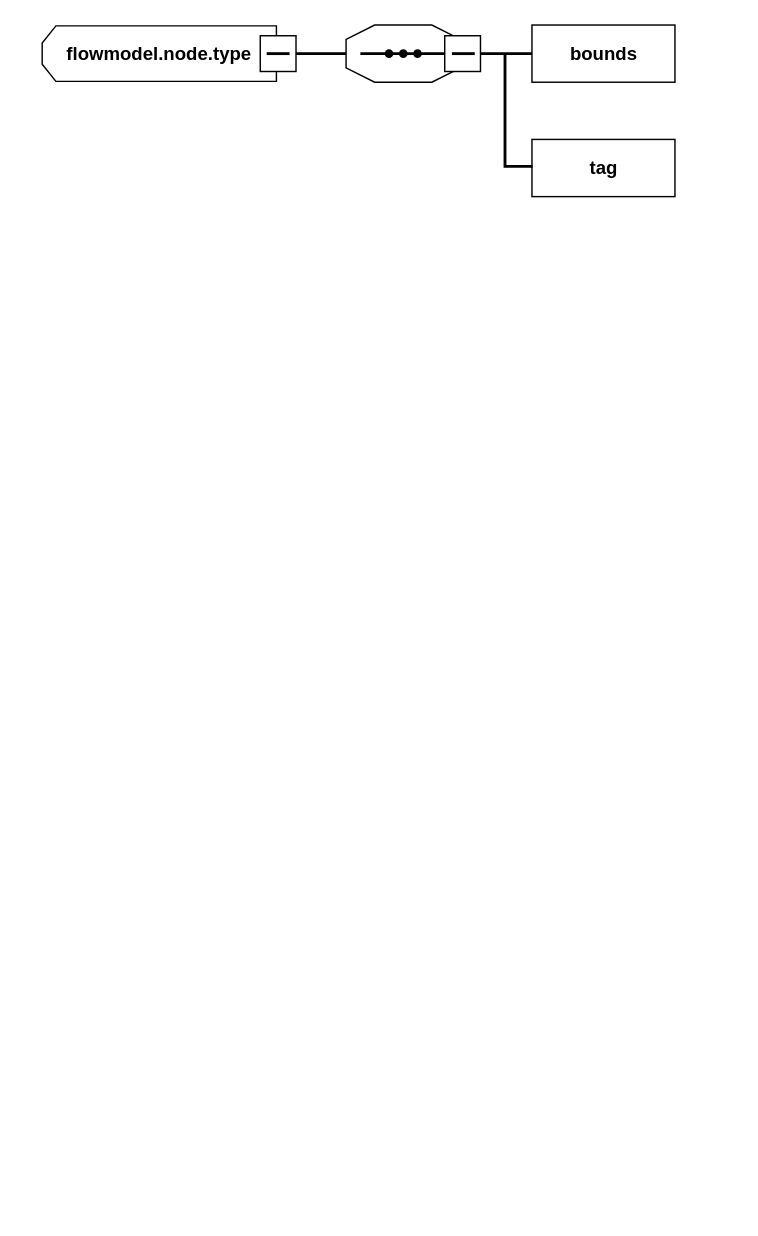
The draw.io diagram page "Page-1" (1 of 2) of drawio/xsd.drawio in happinessandlove/Pic, before the edit. Source tidied: cells renumbered, new cells numbered last; positions are measured from the earlier drawing's top-left corner, leaving out a move shared by most shapes. Both pictures are drawn from the tidied source at 143%, with x=0, y=0 at pixel (41, -64).
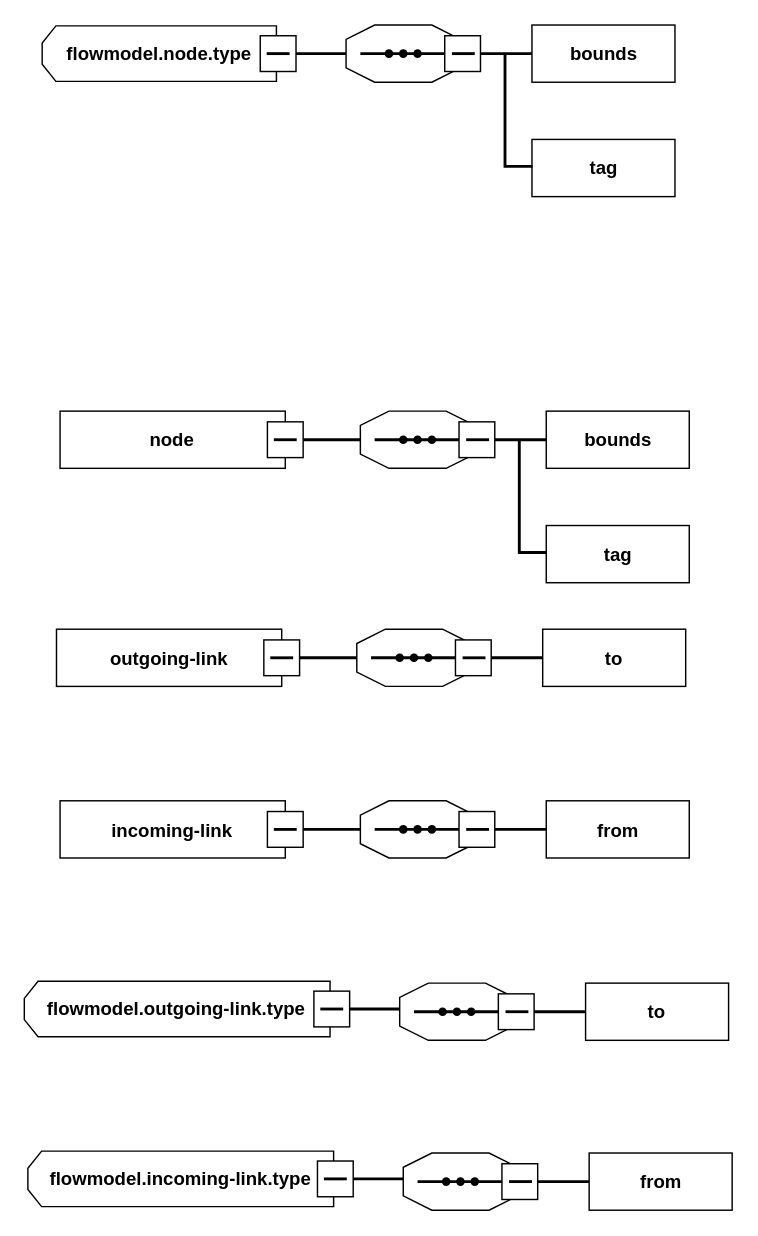
The same page after the edit.

The edit, as a diff of the source:
```diff
@@
+    <mxCell id="22" style="group;" parent="1" vertex="1">
+      <mxGeometry x="12.5" y="309.5" width="440" height="142.5" as="geometry" />
+    </mxCell>
+    <mxCell id="23" style="group;" parent="22" vertex="1">
+      <mxGeometry x="210" y="22.5" width="94" height="40" as="geometry" />
+    </mxCell>
+    <mxCell id="24" style="verticalLabelPosition=bottom;verticalAlign=top;html=1;shape=mxgraph.basic.polygon;polyCoords=[[0.25,0],[0.75,0],[1,0.25],[1,0.75],[0.75,1],[0.25,1],[0,0.75],[0,0.25]];polyline=0;" parent="23" vertex="1">
+      <mxGeometry width="80" height="40" as="geometry" />
+    </mxCell>
+    <mxCell id="25" style="line;strokeWidth=2;html=1;" parent="23" vertex="1">
+      <mxGeometry x="10" y="15" width="60" height="10" as="geometry" />
+    </mxCell>
+    <mxCell id="26" style="shape=waypoint;sketch=0;fillStyle=solid;size=6;fillColor=none;perimeter=centerPerimeter;" parent="23" vertex="1">
+      <mxGeometry x="10" width="40" height="40" as="geometry" />
+    </mxCell>
+    <mxCell id="27" style="shape=waypoint;sketch=0;fillStyle=solid;size=6;fillColor=none;perimeter=centerPerimeter;" parent="23" vertex="1">
+      <mxGeometry x="20" width="40" height="40" as="geometry" />
+    </mxCell>
+    <mxCell id="28" style="shape=waypoint;sketch=0;fillStyle=solid;size=6;fillColor=none;perimeter=centerPerimeter;" parent="23" vertex="1">
+      <mxGeometry x="30" width="40" height="40" as="geometry" />
+    </mxCell>
+    <mxCell id="29" style="whiteSpace=wrap;html=1;rotation=-90;" parent="23" vertex="1">
+      <mxGeometry x="69" y="7.5" width="25" height="25" as="geometry" />
+    </mxCell>
+    <mxCell id="30" style="line;strokeWidth=2;html=1;" parent="23" vertex="1">
+      <mxGeometry x="74" y="15" width="16" height="10" as="geometry" />
+    </mxCell>
+    <mxCell id="31" style="line;strokeWidth=2;html=1;fontSize=13;" parent="22" vertex="1">
+      <mxGeometry x="170" y="37.5" width="40" height="10" as="geometry" />
+    </mxCell>
+    <mxCell id="32" style="rounded=0;whiteSpace=wrap;html=1;fontSize=13;" parent="22" vertex="1">
+      <mxGeometry x="340" y="22.5" width="100" height="40" as="geometry" />
+    </mxCell>
+    <mxCell id="33" value="bounds" style="text;html=1;strokeColor=none;fillColor=none;align=center;verticalAlign=middle;whiteSpace=wrap;rounded=0;fontSize=13;fontStyle=1;" parent="22" vertex="1">
+      <mxGeometry x="360" y="27.5" width="60" height="30" as="geometry" />
+    </mxCell>
+    <mxCell id="34" style="line;strokeWidth=2;html=1;fontSize=13;" parent="22" vertex="1">
+      <mxGeometry x="304" y="37.5" width="36" height="10" as="geometry" />
+    </mxCell>
+    <mxCell id="35" style="rounded=0;whiteSpace=wrap;html=1;fontSize=13;" parent="22" vertex="1">
+      <mxGeometry x="340" y="102.5" width="100" height="40" as="geometry" />
+    </mxCell>
+    <mxCell id="36" value="tag" style="text;html=1;strokeColor=none;fillColor=none;align=center;verticalAlign=middle;whiteSpace=wrap;rounded=0;fontSize=13;fontStyle=1;" parent="22" vertex="1">
+      <mxGeometry x="360" y="107.5" width="60" height="30" as="geometry" />
+    </mxCell>
+    <mxCell id="37" style="shape=partialRectangle;whiteSpace=wrap;html=1;bottom=0;right=0;fillColor=none;fontSize=13;rotation=90;direction=west;fontStyle=1;strokeWidth=2;" parent="22" vertex="1">
+      <mxGeometry x="291.2" y="73.1" width="78.2" height="18.3" as="geometry" />
+    </mxCell>
+    <mxCell id="38" style="rounded=0;whiteSpace=wrap;html=1;" parent="22" vertex="1">
+      <mxGeometry y="22.5" width="157.5" height="40" as="geometry" />
+    </mxCell>
+    <mxCell id="39" style="whiteSpace=wrap;html=1;rotation=-90;" parent="22" vertex="1">
+      <mxGeometry x="145" y="30" width="25" height="25" as="geometry" />
+    </mxCell>
+    <mxCell id="40" style="line;strokeWidth=2;html=1;" parent="22" vertex="1">
+      <mxGeometry x="149.5" width="16" height="85" as="geometry" />
+    </mxCell>
+    <mxCell id="41" value="node" style="text;html=1;strokeColor=none;fillColor=none;align=center;verticalAlign=middle;whiteSpace=wrap;rounded=0;fontSize=13;fontStyle=1;" parent="22" vertex="1">
+      <mxGeometry x="18.7" y="27.5" width="120" height="30" as="geometry" />
+    </mxCell>
+    <mxCell id="42" style="group;" parent="1" vertex="1">
+      <mxGeometry x="10" y="462" width="440" height="142.5" as="geometry" />
+    </mxCell>
+    <mxCell id="43" style="group;" parent="42" vertex="1">
+      <mxGeometry width="440" height="85" as="geometry" />
+    </mxCell>
+    <mxCell id="44" style="group;" parent="43" vertex="1">
+      <mxGeometry x="210" y="22.5" width="94" height="40" as="geometry" />
+    </mxCell>
+    <mxCell id="45" style="verticalLabelPosition=bottom;verticalAlign=top;html=1;shape=mxgraph.basic.polygon;polyCoords=[[0.25,0],[0.75,0],[1,0.25],[1,0.75],[0.75,1],[0.25,1],[0,0.75],[0,0.25]];polyline=0;" parent="44" vertex="1">
+      <mxGeometry width="80" height="40" as="geometry" />
+    </mxCell>
+    <mxCell id="46" style="line;strokeWidth=2;html=1;" parent="44" vertex="1">
+      <mxGeometry x="10" y="15" width="60" height="10" as="geometry" />
+    </mxCell>
+    <mxCell id="47" style="shape=waypoint;sketch=0;fillStyle=solid;size=6;fillColor=none;perimeter=centerPerimeter;" parent="44" vertex="1">
+      <mxGeometry x="10" width="40" height="40" as="geometry" />
+    </mxCell>
+    <mxCell id="48" style="shape=waypoint;sketch=0;fillStyle=solid;size=6;fillColor=none;perimeter=centerPerimeter;" parent="44" vertex="1">
+      <mxGeometry x="20" width="40" height="40" as="geometry" />
+    </mxCell>
+    <mxCell id="49" style="shape=waypoint;sketch=0;fillStyle=solid;size=6;fillColor=none;perimeter=centerPerimeter;" parent="44" vertex="1">
+      <mxGeometry x="30" width="40" height="40" as="geometry" />
+    </mxCell>
+    <mxCell id="50" style="whiteSpace=wrap;html=1;rotation=-90;" parent="44" vertex="1">
+      <mxGeometry x="69" y="7.5" width="25" height="25" as="geometry" />
+    </mxCell>
+    <mxCell id="51" style="line;strokeWidth=2;html=1;" parent="44" vertex="1">
+      <mxGeometry x="74" y="15" width="16" height="10" as="geometry" />
+    </mxCell>
+    <mxCell id="52" style="line;strokeWidth=2;html=1;fontSize=13;" parent="43" vertex="1">
+      <mxGeometry x="170" y="37.5" width="40" height="10" as="geometry" />
+    </mxCell>
+    <mxCell id="53" style="rounded=0;whiteSpace=wrap;html=1;fontSize=13;" parent="43" vertex="1">
+      <mxGeometry x="340" y="22.5" width="100" height="40" as="geometry" />
+    </mxCell>
+    <mxCell id="54" value="to" style="text;html=1;strokeColor=none;fillColor=none;align=center;verticalAlign=middle;whiteSpace=wrap;rounded=0;fontSize=13;fontStyle=1;" parent="43" vertex="1">
+      <mxGeometry x="360" y="27.5" width="60" height="30" as="geometry" />
+    </mxCell>
+    <mxCell id="55" style="line;strokeWidth=2;html=1;fontSize=13;" parent="43" vertex="1">
+      <mxGeometry x="304" y="37.5" width="36" height="10" as="geometry" />
+    </mxCell>
+    <mxCell id="56" style="rounded=0;whiteSpace=wrap;html=1;" parent="43" vertex="1">
+      <mxGeometry y="22.5" width="157.5" height="40" as="geometry" />
+    </mxCell>
+    <mxCell id="57" style="whiteSpace=wrap;html=1;rotation=-90;" parent="43" vertex="1">
+      <mxGeometry x="145" y="30" width="25" height="25" as="geometry" />
+    </mxCell>
+    <mxCell id="58" style="line;strokeWidth=2;html=1;" parent="43" vertex="1">
+      <mxGeometry x="149.5" width="16" height="85" as="geometry" />
+    </mxCell>
+    <mxCell id="59" value="outgoing-link" style="text;html=1;strokeColor=none;fillColor=none;align=center;verticalAlign=middle;whiteSpace=wrap;rounded=0;fontSize=13;fontStyle=1;" parent="43" vertex="1">
+      <mxGeometry x="18.7" y="27.5" width="120" height="30" as="geometry" />
+    </mxCell>
+    <mxCell id="60" style="group;" parent="1" vertex="1">
+      <mxGeometry x="12.5" y="582" width="440" height="142.5" as="geometry" />
+    </mxCell>
+    <mxCell id="61" style="group;" parent="60" vertex="1">
+      <mxGeometry width="440" height="85" as="geometry" />
+    </mxCell>
+    <mxCell id="62" style="group;" parent="61" vertex="1">
+      <mxGeometry x="210" y="22.5" width="94" height="40" as="geometry" />
+    </mxCell>
+    <mxCell id="63" style="verticalLabelPosition=bottom;verticalAlign=top;html=1;shape=mxgraph.basic.polygon;polyCoords=[[0.25,0],[0.75,0],[1,0.25],[1,0.75],[0.75,1],[0.25,1],[0,0.75],[0,0.25]];polyline=0;" parent="62" vertex="1">
+      <mxGeometry width="80" height="40" as="geometry" />
+    </mxCell>
+    <mxCell id="64" style="line;strokeWidth=2;html=1;" parent="62" vertex="1">
+      <mxGeometry x="10" y="15" width="60" height="10" as="geometry" />
+    </mxCell>
+    <mxCell id="65" style="shape=waypoint;sketch=0;fillStyle=solid;size=6;fillColor=none;perimeter=centerPerimeter;" parent="62" vertex="1">
+      <mxGeometry x="10" width="40" height="40" as="geometry" />
+    </mxCell>
+    <mxCell id="66" style="shape=waypoint;sketch=0;fillStyle=solid;size=6;fillColor=none;perimeter=centerPerimeter;" parent="62" vertex="1">
+      <mxGeometry x="20" width="40" height="40" as="geometry" />
+    </mxCell>
+    <mxCell id="67" style="shape=waypoint;sketch=0;fillStyle=solid;size=6;fillColor=none;perimeter=centerPerimeter;" parent="62" vertex="1">
+      <mxGeometry x="30" width="40" height="40" as="geometry" />
+    </mxCell>
+    <mxCell id="68" style="whiteSpace=wrap;html=1;rotation=-90;" parent="62" vertex="1">
+      <mxGeometry x="69" y="7.5" width="25" height="25" as="geometry" />
+    </mxCell>
+    <mxCell id="69" style="line;strokeWidth=2;html=1;" parent="62" vertex="1">
+      <mxGeometry x="74" y="15" width="16" height="10" as="geometry" />
+    </mxCell>
+    <mxCell id="70" style="line;strokeWidth=2;html=1;fontSize=13;" parent="61" vertex="1">
+      <mxGeometry x="170" y="37.5" width="40" height="10" as="geometry" />
+    </mxCell>
+    <mxCell id="71" style="rounded=0;whiteSpace=wrap;html=1;fontSize=13;" parent="61" vertex="1">
+      <mxGeometry x="340" y="22.5" width="100" height="40" as="geometry" />
+    </mxCell>
+    <mxCell id="72" value="from" style="text;html=1;strokeColor=none;fillColor=none;align=center;verticalAlign=middle;whiteSpace=wrap;rounded=0;fontSize=13;fontStyle=1;" parent="61" vertex="1">
+      <mxGeometry x="360" y="27.5" width="60" height="30" as="geometry" />
+    </mxCell>
+    <mxCell id="73" style="line;strokeWidth=2;html=1;fontSize=13;" parent="61" vertex="1">
+      <mxGeometry x="304" y="37.5" width="36" height="10" as="geometry" />
+    </mxCell>
+    <mxCell id="74" style="rounded=0;whiteSpace=wrap;html=1;" parent="61" vertex="1">
+      <mxGeometry y="22.5" width="157.5" height="40" as="geometry" />
+    </mxCell>
+    <mxCell id="75" style="whiteSpace=wrap;html=1;rotation=-90;" parent="61" vertex="1">
+      <mxGeometry x="145" y="30" width="25" height="25" as="geometry" />
+    </mxCell>
+    <mxCell id="76" style="line;strokeWidth=2;html=1;" parent="61" vertex="1">
+      <mxGeometry x="149.5" width="16" height="85" as="geometry" />
+    </mxCell>
+    <mxCell id="77" value="incoming-link" style="text;html=1;strokeColor=none;fillColor=none;align=center;verticalAlign=middle;whiteSpace=wrap;rounded=0;fontSize=13;fontStyle=1;" parent="61" vertex="1">
+      <mxGeometry x="18.7" y="27.5" width="120" height="30" as="geometry" />
+    </mxCell>
+    <mxCell id="78" style="group;" parent="1" vertex="1">
+      <mxGeometry x="-12.5" y="730.7" width="492.5" height="41.3" as="geometry" />
+    </mxCell>
+    <mxCell id="79" style="group;" parent="78" vertex="1">
+      <mxGeometry width="267.5" height="38.8" as="geometry" />
+    </mxCell>
+    <mxCell id="80" style="shape=loopLimit;whiteSpace=wrap;html=1;rotation=-90;horizontal=0;verticalAlign=middle;textDirection=ltr;labelPosition=center;verticalLabelPosition=middle;align=center;size=12;" parent="79" vertex="1">
+      <mxGeometry x="87.5" y="-87.5" width="38.8" height="213.8" as="geometry" />
+    </mxCell>
+    <mxCell id="81" style="line;strokeWidth=2;html=1;fontSize=13;" parent="79" vertex="1">
+      <mxGeometry x="227.5" y="14.4" width="40" height="10" as="geometry" />
+    </mxCell>
+    <mxCell id="82" value="&lt;b&gt;&lt;font style=&quot;font-size: 13px&quot;&gt;flowmodel.outgoing-link.type&lt;/font&gt;&lt;/b&gt;" style="text;html=1;strokeColor=none;fillColor=none;align=center;verticalAlign=middle;whiteSpace=wrap;rounded=0;" parent="79" vertex="1">
+      <mxGeometry x="1.9" y="4.4" width="210" height="30" as="geometry" />
+    </mxCell>
+    <mxCell id="83" style="whiteSpace=wrap;html=1;rotation=-90;" parent="79" vertex="1">
+      <mxGeometry x="202.5" y="6.9" width="25" height="25" as="geometry" />
+    </mxCell>
+    <mxCell id="84" style="line;strokeWidth=2;html=1;" parent="79" vertex="1">
+      <mxGeometry x="207" y="14.4" width="16" height="10" as="geometry" />
+    </mxCell>
+    <mxCell id="85" style="group;" parent="78" vertex="1">
+      <mxGeometry x="262.5" y="1.3" width="230" height="40" as="geometry" />
+    </mxCell>
+    <mxCell id="86" style="group;" parent="85" vertex="1">
+      <mxGeometry width="94" height="40" as="geometry" />
+    </mxCell>
+    <mxCell id="87" style="verticalLabelPosition=bottom;verticalAlign=top;html=1;shape=mxgraph.basic.polygon;polyCoords=[[0.25,0],[0.75,0],[1,0.25],[1,0.75],[0.75,1],[0.25,1],[0,0.75],[0,0.25]];polyline=0;" parent="86" vertex="1">
+      <mxGeometry width="80" height="40" as="geometry" />
+    </mxCell>
+    <mxCell id="88" style="line;strokeWidth=2;html=1;" parent="86" vertex="1">
+      <mxGeometry x="10" y="15" width="60" height="10" as="geometry" />
+    </mxCell>
+    <mxCell id="89" style="shape=waypoint;sketch=0;fillStyle=solid;size=6;fillColor=none;perimeter=centerPerimeter;" parent="86" vertex="1">
+      <mxGeometry x="10" width="40" height="40" as="geometry" />
+    </mxCell>
+    <mxCell id="90" style="shape=waypoint;sketch=0;fillStyle=solid;size=6;fillColor=none;perimeter=centerPerimeter;" parent="86" vertex="1">
+      <mxGeometry x="20" width="40" height="40" as="geometry" />
+    </mxCell>
+    <mxCell id="91" style="shape=waypoint;sketch=0;fillStyle=solid;size=6;fillColor=none;perimeter=centerPerimeter;" parent="86" vertex="1">
+      <mxGeometry x="30" width="40" height="40" as="geometry" />
+    </mxCell>
+    <mxCell id="92" style="whiteSpace=wrap;html=1;rotation=-90;" parent="86" vertex="1">
+      <mxGeometry x="69" y="7.5" width="25" height="25" as="geometry" />
+    </mxCell>
+    <mxCell id="93" style="line;strokeWidth=2;html=1;" parent="86" vertex="1">
+      <mxGeometry x="74" y="15" width="16" height="10" as="geometry" />
+    </mxCell>
+    <mxCell id="94" style="rounded=0;whiteSpace=wrap;html=1;fontSize=13;" parent="85" vertex="1">
+      <mxGeometry x="130" width="100" height="40" as="geometry" />
+    </mxCell>
+    <mxCell id="95" value="to" style="text;html=1;strokeColor=none;fillColor=none;align=center;verticalAlign=middle;whiteSpace=wrap;rounded=0;fontSize=13;fontStyle=1;" parent="85" vertex="1">
+      <mxGeometry x="150" y="5" width="60" height="30" as="geometry" />
+    </mxCell>
+    <mxCell id="96" style="line;strokeWidth=2;html=1;fontSize=13;" parent="85" vertex="1">
+      <mxGeometry x="94" y="15" width="36" height="10" as="geometry" />
+    </mxCell>
+    <mxCell id="97" style="group;" parent="1" vertex="1">
+      <mxGeometry x="-10" y="849.5" width="492.5" height="41.3" as="geometry" />
+    </mxCell>
+    <mxCell id="98" style="group;" parent="97" vertex="1">
+      <mxGeometry width="267.5" height="38.8" as="geometry" />
+    </mxCell>
+    <mxCell id="99" style="shape=loopLimit;whiteSpace=wrap;html=1;rotation=-90;horizontal=0;verticalAlign=middle;textDirection=ltr;labelPosition=center;verticalLabelPosition=middle;align=center;size=12;" parent="98" vertex="1">
+      <mxGeometry x="87.5" y="-87.5" width="38.8" height="213.8" as="geometry" />
+    </mxCell>
+    <mxCell id="100" style="line;strokeWidth=2;html=1;fontSize=13;" parent="98" vertex="1">
+      <mxGeometry x="227.5" y="14.4" width="40" height="10" as="geometry" />
+    </mxCell>
+    <mxCell id="101" value="&lt;b&gt;&lt;font style=&quot;font-size: 13px&quot;&gt;flowmodel.incoming-link.type&lt;/font&gt;&lt;/b&gt;" style="text;html=1;strokeColor=none;fillColor=none;align=center;verticalAlign=middle;whiteSpace=wrap;rounded=0;" parent="98" vertex="1">
+      <mxGeometry x="1.9" y="4.4" width="210" height="30" as="geometry" />
+    </mxCell>
+    <mxCell id="102" style="whiteSpace=wrap;html=1;rotation=-90;" parent="98" vertex="1">
+      <mxGeometry x="202.5" y="6.9" width="25" height="25" as="geometry" />
+    </mxCell>
+    <mxCell id="103" style="line;strokeWidth=2;html=1;" parent="98" vertex="1">
+      <mxGeometry x="207" y="14.4" width="16" height="10" as="geometry" />
+    </mxCell>
+    <mxCell id="104" style="group;" parent="97" vertex="1">
+      <mxGeometry x="262.5" y="1.3" width="230" height="40" as="geometry" />
+    </mxCell>
+    <mxCell id="105" style="group;" parent="104" vertex="1">
+      <mxGeometry width="94" height="40" as="geometry" />
+    </mxCell>
+    <mxCell id="106" style="verticalLabelPosition=bottom;verticalAlign=top;html=1;shape=mxgraph.basic.polygon;polyCoords=[[0.25,0],[0.75,0],[1,0.25],[1,0.75],[0.75,1],[0.25,1],[0,0.75],[0,0.25]];polyline=0;" parent="105" vertex="1">
+      <mxGeometry width="80" height="40" as="geometry" />
+    </mxCell>
+    <mxCell id="107" style="line;strokeWidth=2;html=1;" parent="105" vertex="1">
+      <mxGeometry x="10" y="15" width="60" height="10" as="geometry" />
+    </mxCell>
+    <mxCell id="108" style="shape=waypoint;sketch=0;fillStyle=solid;size=6;fillColor=none;perimeter=centerPerimeter;" parent="105" vertex="1">
+      <mxGeometry x="10" width="40" height="40" as="geometry" />
+    </mxCell>
+    <mxCell id="109" style="shape=waypoint;sketch=0;fillStyle=solid;size=6;fillColor=none;perimeter=centerPerimeter;" parent="105" vertex="1">
+      <mxGeometry x="20" width="40" height="40" as="geometry" />
+    </mxCell>
+    <mxCell id="110" style="shape=waypoint;sketch=0;fillStyle=solid;size=6;fillColor=none;perimeter=centerPerimeter;" parent="105" vertex="1">
+      <mxGeometry x="30" width="40" height="40" as="geometry" />
+    </mxCell>
+    <mxCell id="111" style="whiteSpace=wrap;html=1;rotation=-90;" parent="105" vertex="1">
+      <mxGeometry x="69" y="7.5" width="25" height="25" as="geometry" />
+    </mxCell>
+    <mxCell id="112" style="line;strokeWidth=2;html=1;" parent="105" vertex="1">
+      <mxGeometry x="74" y="15" width="16" height="10" as="geometry" />
+    </mxCell>
+    <mxCell id="113" style="rounded=0;whiteSpace=wrap;html=1;fontSize=13;" parent="104" vertex="1">
+      <mxGeometry x="130" width="100" height="40" as="geometry" />
+    </mxCell>
+    <mxCell id="114" value="from" style="text;html=1;strokeColor=none;fillColor=none;align=center;verticalAlign=middle;whiteSpace=wrap;rounded=0;fontSize=13;fontStyle=1;" parent="104" vertex="1">
+      <mxGeometry x="150" y="5" width="60" height="30" as="geometry" />
+    </mxCell>
+    <mxCell id="115" style="line;strokeWidth=2;html=1;fontSize=13;" parent="104" vertex="1">
+      <mxGeometry x="94" y="15" width="36" height="10" as="geometry" />
+    </mxCell>
```
